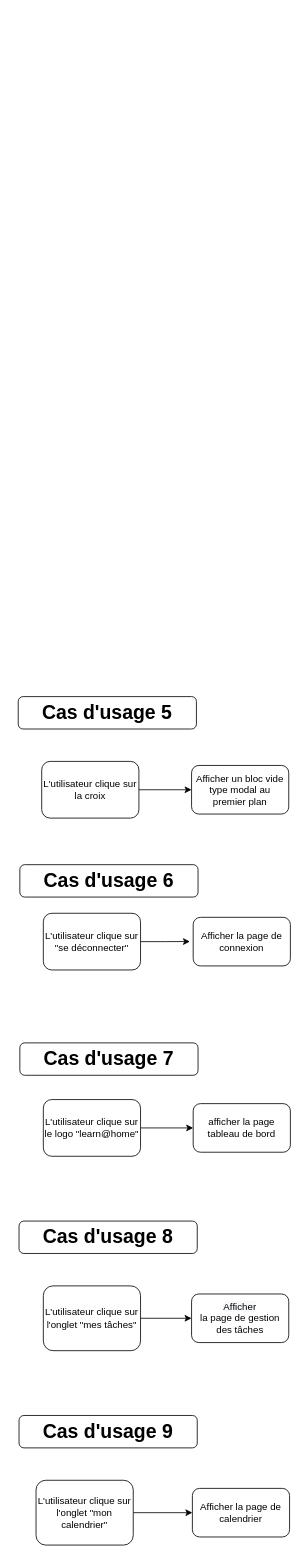
Adv13/DENIE_Tiffany_10_03032022 keeps this draw.io diagram as page "Interface de tchat" (3 of 5) of Learn@Home_Diagrammes.drawio. Above is the earlier version. Source tidied: cells renumbered, new cells numbered last; positions are measured from the earlier drawing's top-left corner, leaving out a move shared by most shapes. Both pictures are drawn from the tidied source at 81%, with x=0, y=0 at pixel (18, 696).
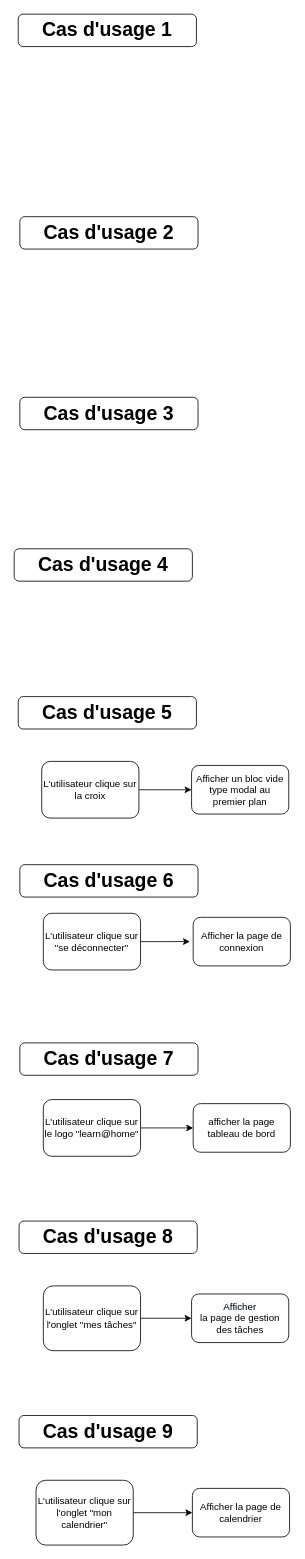
The same diagram, later.

What changed in the source:
```diff
@@
+    <mxCell id="22" value="&lt;b&gt;&lt;font style=&quot;font-size: 24px&quot;&gt;Cas d'usage 1&lt;/font&gt;&lt;/b&gt;" style="rounded=1;whiteSpace=wrap;html=1;fontSize=12;glass=0;strokeWidth=1;shadow=0;" parent="1" vertex="1">
+      <mxGeometry y="-842" width="220" height="40" as="geometry" />
+    </mxCell>
+    <mxCell id="23" value="&lt;b&gt;&lt;font style=&quot;font-size: 24px&quot;&gt;Cas d'usage 2&lt;/font&gt;&lt;/b&gt;" style="rounded=1;whiteSpace=wrap;html=1;fontSize=12;glass=0;strokeWidth=1;shadow=0;" parent="1" vertex="1">
+      <mxGeometry x="2" y="-592" width="220" height="40" as="geometry" />
+    </mxCell>
+    <mxCell id="24" value="&lt;b&gt;&lt;font style=&quot;font-size: 24px&quot;&gt;Cas d'usage 3&lt;/font&gt;&lt;/b&gt;" style="rounded=1;whiteSpace=wrap;html=1;fontSize=12;glass=0;strokeWidth=1;shadow=0;" parent="1" vertex="1">
+      <mxGeometry x="2" y="-369" width="220" height="40" as="geometry" />
+    </mxCell>
+    <mxCell id="25" value="&lt;b&gt;&lt;font style=&quot;font-size: 24px&quot;&gt;Cas d'usage 4&lt;/font&gt;&lt;/b&gt;" style="rounded=1;whiteSpace=wrap;html=1;fontSize=12;glass=0;strokeWidth=1;shadow=0;" parent="1" vertex="1">
+      <mxGeometry x="-5" y="-182" width="220" height="40" as="geometry" />
+    </mxCell>
```
